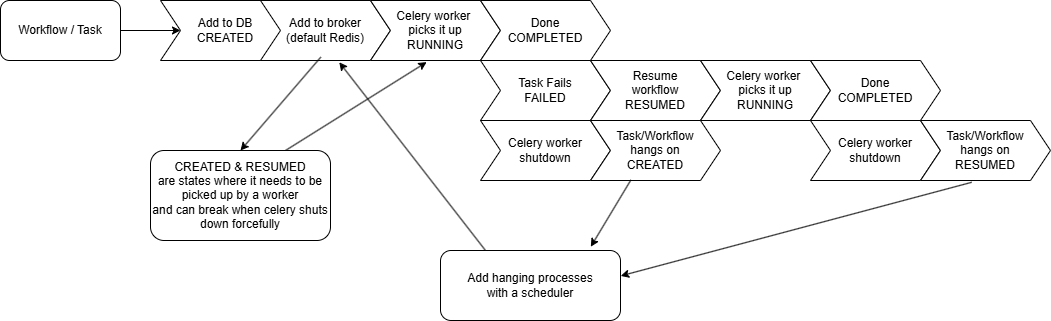
Earlier version of the draw.io export docs/reference-docs/app/celery-flow.drawio.png (workfloworchestrator/orchestrator-core). Source tidied: cells renumbered, new cells last; positions are measured from the earlier drawing's top-left corner, leaving out a move shared by most shapes. Source of this version:
```xml
<mxGraphModel>
  <root>
    <mxCell id="0" />
    <mxCell id="1" parent="0" />
    <mxCell id="2" value="Workflow / Task" style="rounded=1;whiteSpace=wrap;html=1;" parent="1" vertex="1">
      <mxGeometry width="120" height="60" as="geometry" />
    </mxCell>
    <mxCell id="3" value="Add to DB&lt;div&gt;CREATED&lt;/div&gt;" style="shape=step;perimeter=stepPerimeter;whiteSpace=wrap;html=1;fixedSize=1;rounded=0;" parent="1" vertex="1">
      <mxGeometry x="160" width="130" height="60" as="geometry" />
    </mxCell>
    <mxCell id="4" style="endArrow=classic;html=1;exitX=1;exitY=0.5;exitDx=0;exitDy=0;entryX=0;entryY=0.5;entryDx=0;entryDy=0;" parent="1" edge="1" source="2" target="3">
      <mxGeometry relative="1" as="geometry" />
    </mxCell>
    <mxCell id="5" value="Add to broker&lt;div&gt;(default Redis)&lt;/div&gt;" style="shape=step;perimeter=stepPerimeter;whiteSpace=wrap;html=1;fixedSize=1;" parent="1" vertex="1">
      <mxGeometry x="260" width="130" height="60" as="geometry" />
    </mxCell>
    <mxCell id="6" value="Celery worker&amp;nbsp;&lt;div&gt;picks it up&lt;/div&gt;&lt;div&gt;RUNNING&lt;/div&gt;" style="shape=step;perimeter=stepPerimeter;whiteSpace=wrap;html=1;fixedSize=1;" parent="1" vertex="1">
      <mxGeometry x="370" width="130" height="60" as="geometry" />
    </mxCell>
    <mxCell id="7" value="Done&lt;div&gt;COMPLETED&lt;/div&gt;" style="shape=step;perimeter=stepPerimeter;whiteSpace=wrap;html=1;fixedSize=1;" parent="1" vertex="1">
      <mxGeometry x="480" width="130" height="60" as="geometry" />
    </mxCell>
    <mxCell id="8" value="Task Fails&lt;div&gt;FAILED&lt;/div&gt;" style="shape=step;perimeter=stepPerimeter;whiteSpace=wrap;html=1;fixedSize=1;" parent="1" vertex="1">
      <mxGeometry x="480" y="60" width="130" height="60" as="geometry" />
    </mxCell>
    <mxCell id="9" value="Celery worker shutdown" style="shape=step;perimeter=stepPerimeter;whiteSpace=wrap;html=1;fixedSize=1;" parent="1" vertex="1">
      <mxGeometry x="480" y="120" width="130" height="60" as="geometry" />
    </mxCell>
    <mxCell id="10" style="endArrow=classic;html=1;exitX=0.75;exitY=0;exitDx=0;exitDy=0;entryX=0.432;entryY=1.027;entryDx=0;entryDy=0;entryPerimeter=0;" parent="1" edge="1" source="11" target="6">
      <mxGeometry relative="1" as="geometry" />
    </mxCell>
    <mxCell id="11" value="CREATED &amp;amp; RESUMED&lt;div&gt;are states where it needs to be picked up by a worker&lt;/div&gt;&lt;div&gt;and can break when celery shuts down forcefully&lt;/div&gt;" style="rounded=1;whiteSpace=wrap;html=1;" parent="1" vertex="1">
      <mxGeometry x="150" y="150" width="180" height="90" as="geometry" />
    </mxCell>
    <mxCell id="12" value="Task/Workflow&lt;div&gt;hangs on&lt;/div&gt;&lt;div&gt;CREATED&lt;/div&gt;" style="shape=step;perimeter=stepPerimeter;whiteSpace=wrap;html=1;fixedSize=1;" parent="1" vertex="1">
      <mxGeometry x="590" y="120" width="130" height="60" as="geometry" />
    </mxCell>
    <mxCell id="13" value="Resume&lt;div&gt;workflow&lt;br&gt;RESUMED&lt;/div&gt;" style="shape=step;perimeter=stepPerimeter;whiteSpace=wrap;html=1;fixedSize=1;" parent="1" vertex="1">
      <mxGeometry x="590" y="60" width="130" height="60" as="geometry" />
    </mxCell>
    <mxCell id="14" value="Celery worker&amp;nbsp;&lt;div&gt;picks it up&lt;/div&gt;&lt;div&gt;RUNNING&lt;/div&gt;" style="shape=step;perimeter=stepPerimeter;whiteSpace=wrap;html=1;fixedSize=1;" parent="1" vertex="1">
      <mxGeometry x="700" y="60" width="130" height="60" as="geometry" />
    </mxCell>
    <mxCell id="15" value="Celery worker shutdown" style="shape=step;perimeter=stepPerimeter;whiteSpace=wrap;html=1;fixedSize=1;" parent="1" vertex="1">
      <mxGeometry x="810" y="120" width="130" height="60" as="geometry" />
    </mxCell>
    <mxCell id="16" value="Done&lt;div&gt;COMPLETED&lt;/div&gt;" style="shape=step;perimeter=stepPerimeter;whiteSpace=wrap;html=1;fixedSize=1;" parent="1" vertex="1">
      <mxGeometry x="810" y="60" width="130" height="60" as="geometry" />
    </mxCell>
    <mxCell id="17" value="Task/Workflow&lt;div&gt;hangs on&lt;/div&gt;&lt;div&gt;RESUMED&lt;/div&gt;" style="shape=step;perimeter=stepPerimeter;whiteSpace=wrap;html=1;fixedSize=1;" parent="1" vertex="1">
      <mxGeometry x="920" y="120" width="130" height="60" as="geometry" />
    </mxCell>
    <mxCell id="18" style="endArrow=classic;html=1;exitX=0.464;exitY=0.944;exitDx=0;exitDy=0;entryX=0.5;entryY=0;entryDx=0;entryDy=0;exitPerimeter=0;" parent="1" edge="1" source="5" target="11">
      <mxGeometry relative="1" as="geometry" />
    </mxCell>
    <mxCell id="19" value="&lt;span style=&quot;color: rgb(0, 0, 0); text-wrap-mode: nowrap;&quot;&gt;Add hanging processes&lt;/span&gt;&lt;div&gt;&lt;span style=&quot;color: rgb(0, 0, 0); text-wrap-mode: nowrap;&quot;&gt;with a scheduler&lt;/span&gt;&lt;/div&gt;" style="rounded=1;whiteSpace=wrap;html=1;" parent="1" vertex="1">
      <mxGeometry x="440" y="250" width="180" height="70" as="geometry" />
    </mxCell>
    <mxCell id="20" style="endArrow=classic;html=1;entryX=0.835;entryY=-0.054;entryDx=0;entryDy=0;entryPerimeter=0;exitX=0.311;exitY=0.99;exitDx=0;exitDy=0;exitPerimeter=0;" parent="1" edge="1" source="12" target="19">
      <mxGeometry relative="1" as="geometry" />
    </mxCell>
    <mxCell id="21" style="edgeStyle=none;html=1;exitX=0.25;exitY=0;exitDx=0;exitDy=0;entryX=0.606;entryY=1.03;entryDx=0;entryDy=0;entryPerimeter=0;" parent="1" edge="1" source="19" target="5">
      <mxGeometry relative="1" as="geometry" />
    </mxCell>
    <mxCell id="22" style="edgeStyle=none;html=1;exitX=0.394;exitY=1.03;exitDx=0;exitDy=0;entryX=1.001;entryY=0.363;entryDx=0;entryDy=0;entryPerimeter=0;exitPerimeter=0;" parent="1" edge="1" source="17" target="19">
      <mxGeometry relative="1" as="geometry" />
    </mxCell>
  </root>
</mxGraphModel>
```
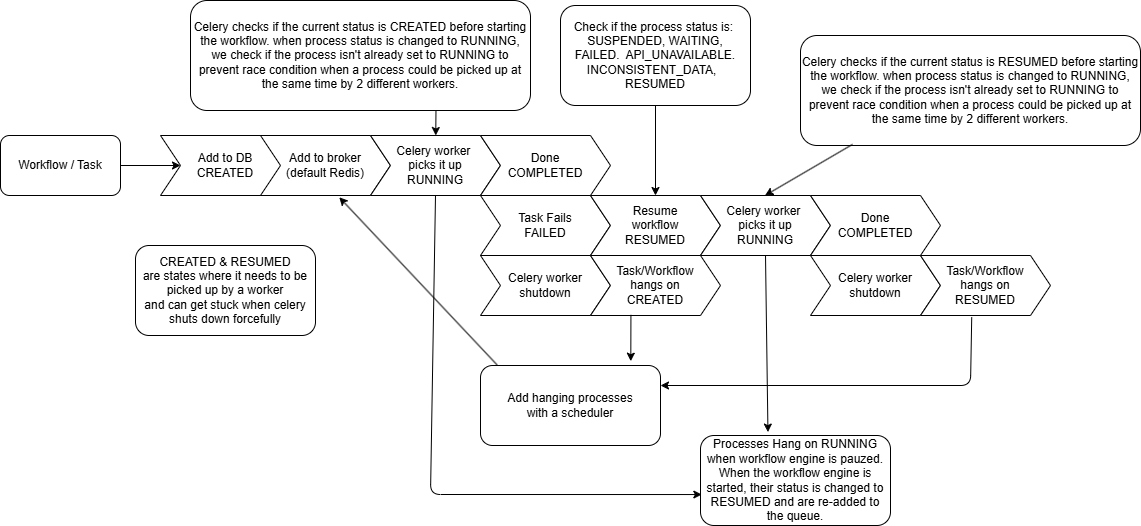
Later version of the same file.

Commit message:
Change process status to update within a transaction to lock the process in DB

Diff of the diagram source:
```diff
@@ -26,11 +26,8 @@
     <mxCell id="9" value="Celery worker shutdown" style="shape=step;perimeter=stepPerimeter;whiteSpace=wrap;html=1;fixedSize=1;" parent="1" vertex="1">
       <mxGeometry x="480" y="120" width="130" height="60" as="geometry" />
     </mxCell>
-    <mxCell id="10" style="endArrow=classic;html=1;exitX=0.75;exitY=0;exitDx=0;exitDy=0;entryX=0.432;entryY=1.027;entryDx=0;entryDy=0;entryPerimeter=0;" parent="1" edge="1" source="11" target="6">
-      <mxGeometry relative="1" as="geometry" />
-    </mxCell>
-    <mxCell id="11" value="CREATED &amp;amp; RESUMED&lt;div&gt;are states where it needs to be picked up by a worker&lt;/div&gt;&lt;div&gt;and can break when celery shuts down forcefully&lt;/div&gt;" style="rounded=1;whiteSpace=wrap;html=1;" parent="1" vertex="1">
-      <mxGeometry x="150" y="150" width="180" height="90" as="geometry" />
+    <mxCell id="11" value="CREATED &amp;amp; RESUMED&lt;div&gt;are states where it needs to be picked up by a worker&lt;/div&gt;&lt;div&gt;and can get stuck when celery shuts down forcefully&lt;/div&gt;" style="rounded=1;whiteSpace=wrap;html=1;" parent="1" vertex="1">
+      <mxGeometry x="135" y="110" width="180" height="90" as="geometry" />
     </mxCell>
     <mxCell id="12" value="Task/Workflow&lt;div&gt;hangs on&lt;/div&gt;&lt;div&gt;CREATED&lt;/div&gt;" style="shape=step;perimeter=stepPerimeter;whiteSpace=wrap;html=1;fixedSize=1;" parent="1" vertex="1">
       <mxGeometry x="590" y="120" width="130" height="60" as="geometry" />
@@ -50,20 +47,54 @@
     <mxCell id="17" value="Task/Workflow&lt;div&gt;hangs on&lt;/div&gt;&lt;div&gt;RESUMED&lt;/div&gt;" style="shape=step;perimeter=stepPerimeter;whiteSpace=wrap;html=1;fixedSize=1;" parent="1" vertex="1">
       <mxGeometry x="920" y="120" width="130" height="60" as="geometry" />
     </mxCell>
-    <mxCell id="18" style="endArrow=classic;html=1;exitX=0.464;exitY=0.944;exitDx=0;exitDy=0;entryX=0.5;entryY=0;entryDx=0;entryDy=0;exitPerimeter=0;" parent="1" edge="1" source="5" target="11">
-      <mxGeometry relative="1" as="geometry" />
-    </mxCell>
     <mxCell id="19" value="&lt;span style=&quot;color: rgb(0, 0, 0); text-wrap-mode: nowrap;&quot;&gt;Add hanging processes&lt;/span&gt;&lt;div&gt;&lt;span style=&quot;color: rgb(0, 0, 0); text-wrap-mode: nowrap;&quot;&gt;with a scheduler&lt;/span&gt;&lt;/div&gt;" style="rounded=1;whiteSpace=wrap;html=1;" parent="1" vertex="1">
-      <mxGeometry x="440" y="250" width="180" height="70" as="geometry" />
+      <mxGeometry x="480" y="230" width="180" height="80" as="geometry" />
     </mxCell>
     <mxCell id="20" style="endArrow=classic;html=1;entryX=0.835;entryY=-0.054;entryDx=0;entryDy=0;entryPerimeter=0;exitX=0.311;exitY=0.99;exitDx=0;exitDy=0;exitPerimeter=0;" parent="1" edge="1" source="12" target="19">
       <mxGeometry relative="1" as="geometry" />
     </mxCell>
-    <mxCell id="21" style="edgeStyle=none;html=1;exitX=0.25;exitY=0;exitDx=0;exitDy=0;entryX=0.606;entryY=1.03;entryDx=0;entryDy=0;entryPerimeter=0;" parent="1" edge="1" source="19" target="5">
+    <mxCell id="21" style="edgeStyle=none;html=1;exitX=0.092;exitY=-0.008;exitDx=0;exitDy=0;entryX=0.606;entryY=1.03;entryDx=0;entryDy=0;entryPerimeter=0;exitPerimeter=0;" parent="1" edge="1" source="19" target="5">
       <mxGeometry relative="1" as="geometry" />
     </mxCell>
-    <mxCell id="22" style="edgeStyle=none;html=1;exitX=0.394;exitY=1.03;exitDx=0;exitDy=0;entryX=1.001;entryY=0.363;entryDx=0;entryDy=0;entryPerimeter=0;exitPerimeter=0;" parent="1" edge="1" source="17" target="19">
-      <mxGeometry relative="1" as="geometry" />
+    <mxCell id="22" style="edgeStyle=none;html=1;exitX=0.394;exitY=1.03;exitDx=0;exitDy=0;exitPerimeter=0;entryX=1;entryY=0.25;entryDx=0;entryDy=0;" parent="1" edge="1" source="17" target="19">
+      <mxGeometry relative="1" as="geometry">
+        <Array as="points">
+          <mxPoint x="970" y="250" />
+        </Array>
+      </mxGeometry>
     </mxCell>
+    <mxCell id="23" value="Processes Hang on RUNNING when workflow engine is pauzed.&lt;div&gt;&lt;font color=&quot;#000000&quot;&gt;When the workflow engine is started, their status is changed to RESUMED and are&amp;nbsp;&lt;/font&gt;&lt;span style=&quot;background-color: transparent;&quot;&gt;re-added to the queue.&lt;/span&gt;&lt;/div&gt;" style="rounded=1;whiteSpace=wrap;html=1;" parent="1" vertex="1">
+      <mxGeometry x="700" y="300" width="190" height="90" as="geometry" />
+    </mxCell>
+    <mxCell id="24" style="endArrow=classic;html=1;entryX=0.355;entryY=-0.038;entryDx=0;entryDy=0;entryPerimeter=0;exitX=0.5;exitY=1;exitDx=0;exitDy=0;" parent="1" edge="1" source="14" target="23">
+      <mxGeometry relative="1" as="geometry" />
+    </mxCell>
+    <mxCell id="25" style="endArrow=classic;html=1;exitX=0.5;exitY=1;exitDx=0;exitDy=0;entryX=0.007;entryY=0.656;entryDx=0;entryDy=0;entryPerimeter=0;" parent="1" edge="1" source="6" target="23">
+      <mxGeometry relative="1" as="geometry">
+        <Array as="points">
+          <mxPoint x="430" y="359" />
+        </Array>
+      </mxGeometry>
+    </mxCell>
+    <mxCell id="26" style="endArrow=classic;html=1;exitX=0.722;exitY=0.991;exitDx=0;exitDy=0;exitPerimeter=0;" parent="1" edge="1" source="31" target="6">
+      <mxGeometry relative="1" as="geometry" />
+    </mxCell>
+    <mxCell id="27" value="&lt;div&gt;&lt;font&gt;Celery checks if the current status is RESUMED before starting the workflow. when process status is changed to RUNNING, we check if the process isn't already set to RUNNING to prevent race condition when a process could be picked up at the same time by 2 different workers.&lt;/font&gt;&lt;/div&gt;" style="rounded=1;whiteSpace=wrap;html=1;" parent="1" vertex="1">
+      <mxGeometry x="800" y="-100" width="340" height="110" as="geometry" />
+    </mxCell>
+    <mxCell id="28" style="endArrow=classic;html=1;exitX=0.153;exitY=0.99;exitDx=0;exitDy=0;exitPerimeter=0;" parent="1" edge="1" source="27">
+      <mxGeometry relative="1" as="geometry">
+        <mxPoint x="764.5" y="60" as="targetPoint" />
+      </mxGeometry>
+    </mxCell>
+    <mxCell id="29" style="endArrow=classic;html=1;exitX=0.5;exitY=1;exitDx=0;exitDy=0;entryX=0.5;entryY=0;entryDx=0;entryDy=0;" parent="1" edge="1" source="30" target="13">
+      <mxGeometry relative="1" as="geometry" />
+    </mxCell>
+    <mxCell id="30" value="&lt;font&gt;Check if the process status is:&amp;nbsp;&lt;/font&gt;&lt;div&gt;&lt;font&gt;&lt;span style=&quot;background-color: transparent;&quot;&gt;&lt;font color=&quot;#000000&quot;&gt;SUSPENDED,&amp;nbsp;&lt;/font&gt;&lt;/span&gt;&lt;span style=&quot;background-color: transparent;&quot;&gt;WAITING,&lt;/span&gt;&lt;/font&gt;&lt;/div&gt;&lt;div&gt;&lt;font&gt;&lt;span style=&quot;background-color: transparent;&quot;&gt;FAILED.&amp;nbsp;&amp;nbsp;&lt;/span&gt;&lt;span style=&quot;background-color: transparent;&quot;&gt;API_UNAVAILABLE.&lt;/span&gt;&lt;/font&gt;&lt;/div&gt;&lt;div&gt;&lt;span style=&quot;background-color: transparent;&quot;&gt;&lt;font&gt;INCONSISTENT_DATA,&amp;nbsp;&amp;nbsp;&lt;/font&gt;&lt;/span&gt;&lt;/div&gt;&lt;div&gt;&lt;div&gt;&lt;font color=&quot;#000000&quot;&gt;RESUMED&lt;/font&gt;&lt;/div&gt;&lt;/div&gt;" style="rounded=1;whiteSpace=wrap;html=1;align=center;" parent="1" vertex="1">
+      <mxGeometry x="560" y="-130" width="190" height="100" as="geometry" />
+    </mxCell>
+    <mxCell id="31" value="&lt;div&gt;&lt;font&gt;Celery checks if the current status is CREATED before starting the workflow. when process status is changed to RUNNING, we check if the process isn't already set to RUNNING to prevent race condition when a process could be picked up at the same time by 2 different workers.&lt;/font&gt;&lt;/div&gt;" style="rounded=1;whiteSpace=wrap;html=1;" parent="1" vertex="1">
+      <mxGeometry x="190" y="-135" width="340" height="110" as="geometry" />
+    </mxCell>
   </root>
 </mxGraphModel>
```
